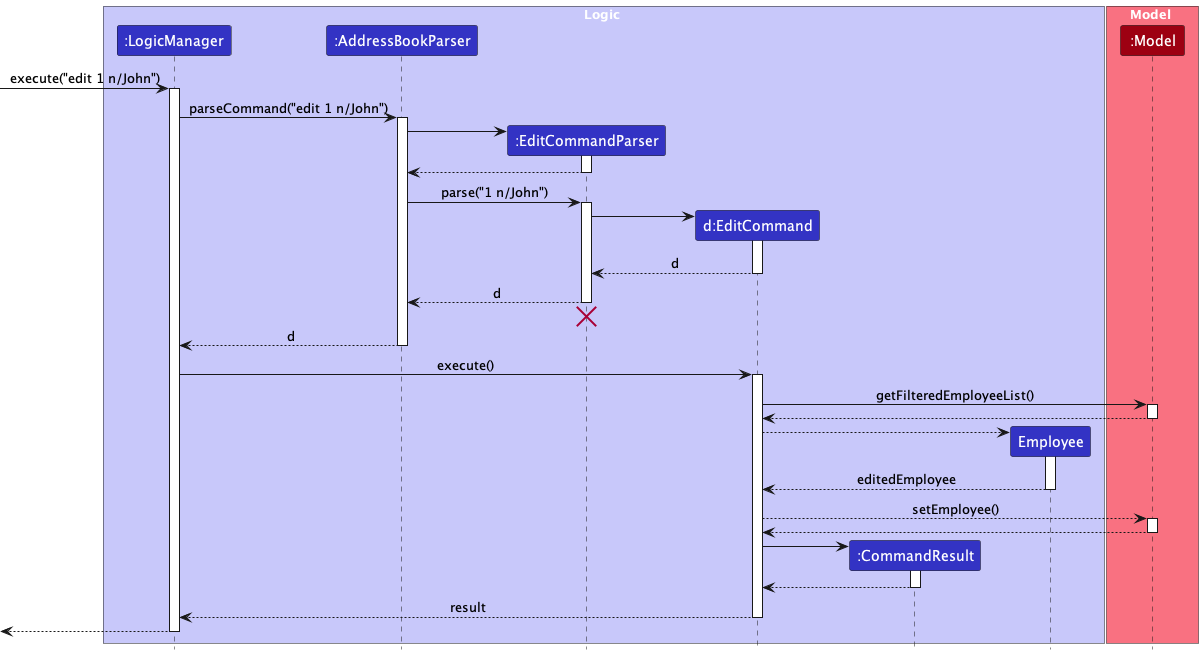
Above: docs/images/EditSequenceDiagram.png in nus-cs2103-AY2223S2/tp (PlantUML), before the change. The source it was exported from:
```plantuml
@startuml
!include style.puml

box Logic LOGIC_COLOR_T1
participant ":LogicManager" as LogicManager LOGIC_COLOR
participant ":AddressBookParser" as AddressBookParser LOGIC_COLOR
participant ":EditCommandParser" as EditCommandParser LOGIC_COLOR
participant "d:EditCommand" as EditCommand LOGIC_COLOR
participant ":CommandResult" as CommandResult LOGIC_COLOR
participant "Employee" as Employee LOGIC_COLOR
end box

box Model MODEL_COLOR_T1
participant ":Model" as Model MODEL_COLOR
end box

[-> LogicManager : execute("edit 1 n/John")
activate LogicManager

LogicManager -> AddressBookParser : parseCommand("edit 1 n/John")
activate AddressBookParser

create EditCommandParser
AddressBookParser -> EditCommandParser
activate EditCommandParser

EditCommandParser --> AddressBookParser
deactivate EditCommandParser

AddressBookParser -> EditCommandParser : parse("1 n/John")
activate EditCommandParser

create EditCommand
EditCommandParser -> EditCommand
activate EditCommand

EditCommand --> EditCommandParser : d
deactivate EditCommand

EditCommandParser --> AddressBookParser : d
deactivate EditCommandParser
EditCommandParser -[hidden]-> AddressBookParser
destroy EditCommandParser

AddressBookParser --> LogicManager : d
deactivate AddressBookParser

LogicManager -> EditCommand : execute()
activate EditCommand

EditCommand -> Model : getFilteredEmployeeList()
activate Model

Model --> EditCommand
deactivate Model

create Employee
EditCommand --> Employee
activate Employee

Employee --> EditCommand : editedEmployee
deactivate Employee

EditCommand --> Model : setEmployee()
activate Model
Model --> EditCommand
deactivate Model

create CommandResult
EditCommand -> CommandResult
activate CommandResult

CommandResult --> EditCommand
deactivate CommandResult

EditCommand --> LogicManager : result
deactivate EditCommand

[<--LogicManager
deactivate LogicManager
@enduml
```
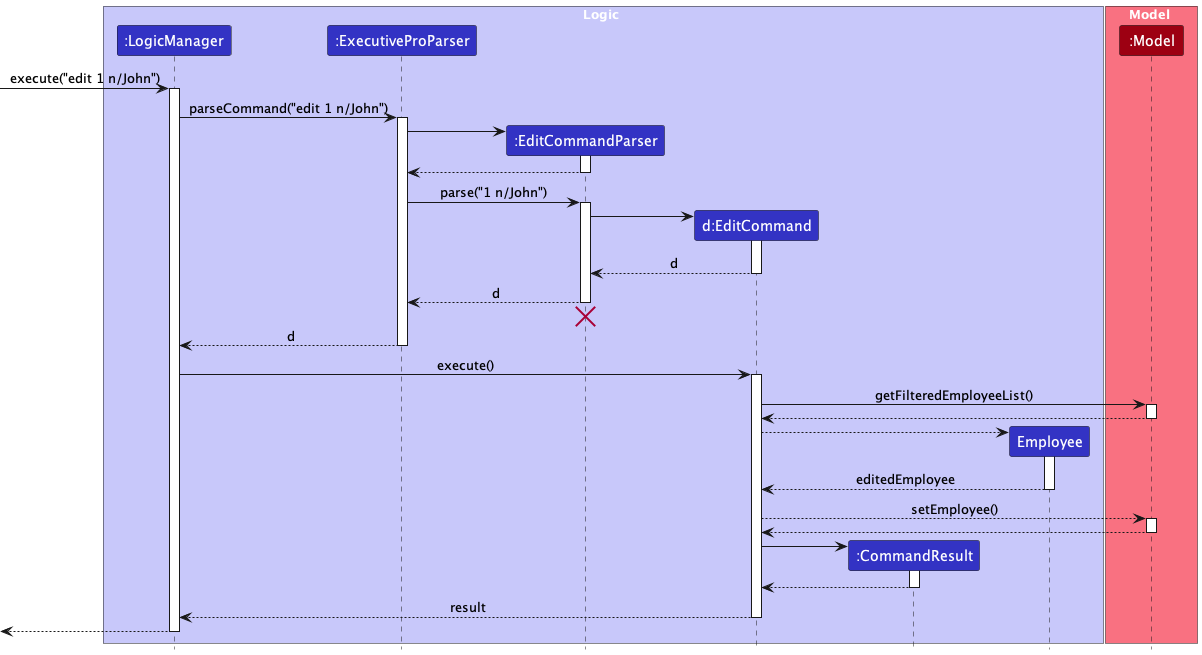
The same diagram one commit later.

Commit message:
Update Sequence diagram for AddCommand, DeleteCommand, EditCommand to fit our ExecutiveProParser naming

Diff of the diagram source:
```diff
@@ -3,7 +3,7 @@
 
 box Logic LOGIC_COLOR_T1
 participant ":LogicManager" as LogicManager LOGIC_COLOR
-participant ":AddressBookParser" as AddressBookParser LOGIC_COLOR
+participant ":ExecutiveProParser" as ExecutiveProParser LOGIC_COLOR
 participant ":EditCommandParser" as EditCommandParser LOGIC_COLOR
 participant "d:EditCommand" as EditCommand LOGIC_COLOR
 participant ":CommandResult" as CommandResult LOGIC_COLOR
@@ -17,17 +17,17 @@
 [-> LogicManager : execute("edit 1 n/John")
 activate LogicManager
 
-LogicManager -> AddressBookParser : parseCommand("edit 1 n/John")
-activate AddressBookParser
+LogicManager -> ExecutiveProParser : parseCommand("edit 1 n/John")
+activate ExecutiveProParser
 
 create EditCommandParser
-AddressBookParser -> EditCommandParser
+ExecutiveProParser -> EditCommandParser
 activate EditCommandParser
 
-EditCommandParser --> AddressBookParser
+EditCommandParser --> ExecutiveProParser
 deactivate EditCommandParser
 
-AddressBookParser -> EditCommandParser : parse("1 n/John")
+ExecutiveProParser -> EditCommandParser : parse("1 n/John")
 activate EditCommandParser
 
 create EditCommand
@@ -37,13 +37,13 @@
 EditCommand --> EditCommandParser : d
 deactivate EditCommand
 
-EditCommandParser --> AddressBookParser : d
+EditCommandParser --> ExecutiveProParser : d
 deactivate EditCommandParser
-EditCommandParser -[hidden]-> AddressBookParser
+EditCommandParser -[hidden]-> ExecutiveProParser
 destroy EditCommandParser
 
-AddressBookParser --> LogicManager : d
-deactivate AddressBookParser
+ExecutiveProParser --> LogicManager : d
+deactivate ExecutiveProParser
 
 LogicManager -> EditCommand : execute()
 activate EditCommand
```
